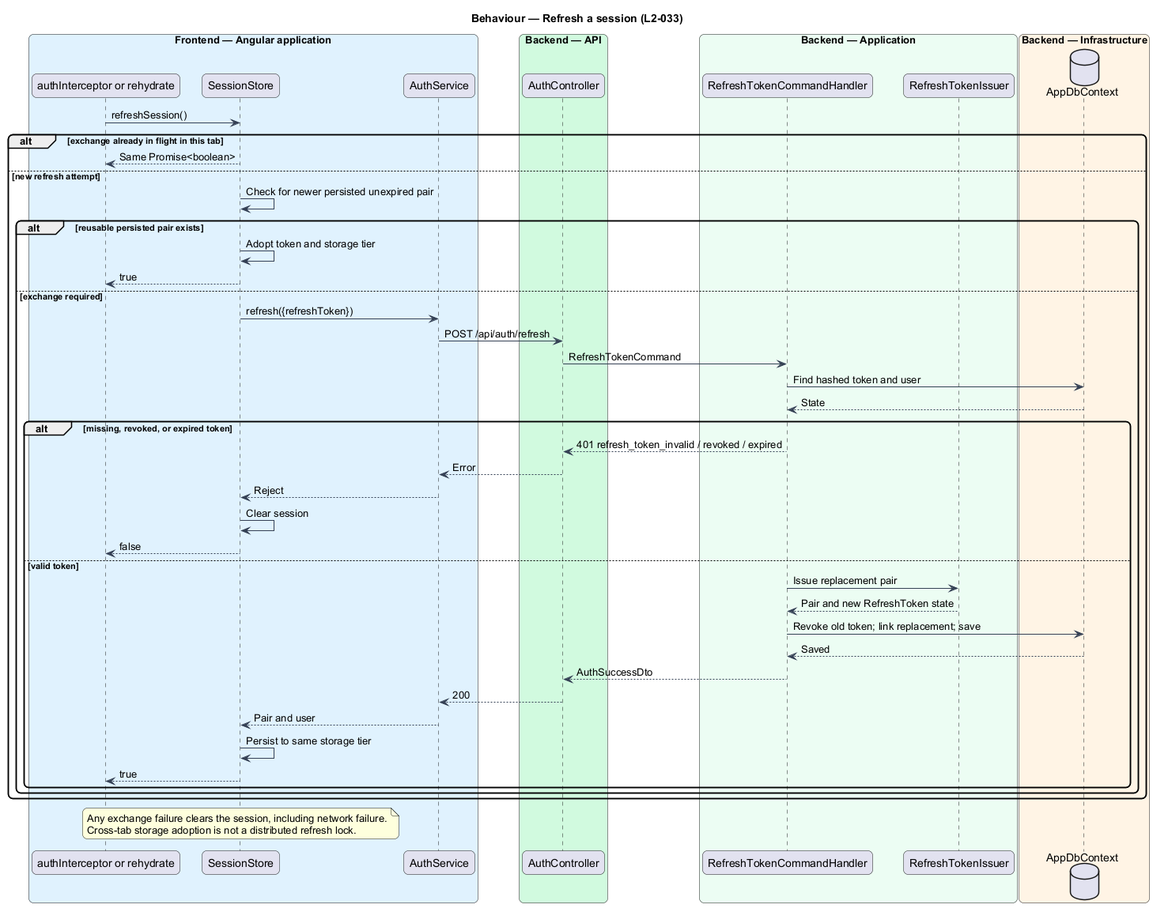
This is docs/detailed-designs/identity-and-access/sign-in-and-maintain-session/diagrams/sequence-refresh.png from QuinntyneBrown/saturdaze, a PlantUML export, as it was before one commit.
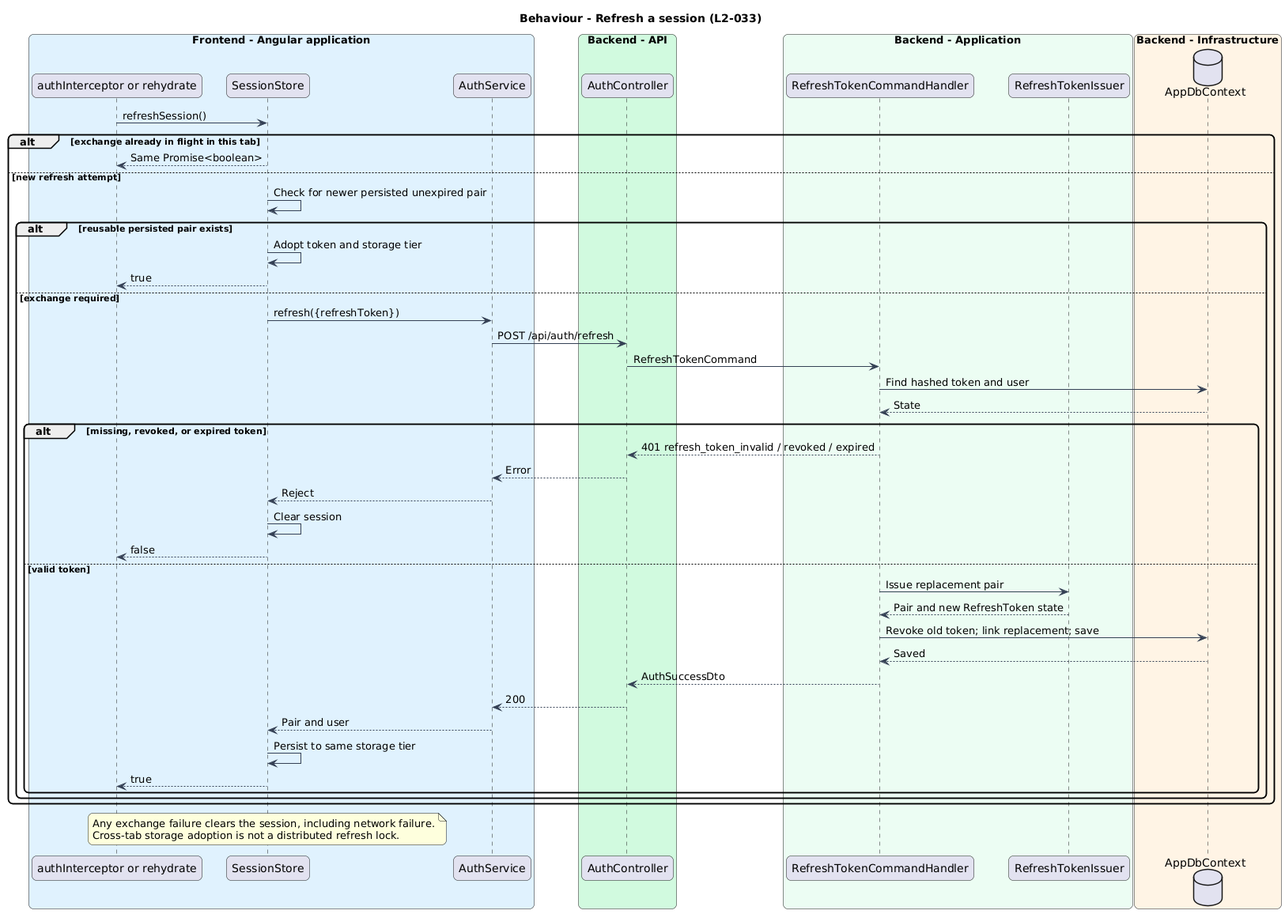
The same diagram one commit later.

What changed in the source:
```diff
@@ -5,20 +5,20 @@
 skinparam defaultFontName Arial
 skinparam ArrowColor #344054
 
-title Behaviour — Refresh a session (L2-033)
-box "Frontend — Angular application" #E0F2FE
+title Behaviour - Refresh a session (L2-033)
+box "Frontend - Angular application" #E0F2FE
  participant "authInterceptor or rehydrate" as caller
  participant SessionStore as store
  participant AuthService as client
 end box
-box "Backend — API" #D1FADF
+box "Backend - API" #D1FADF
  participant AuthController as controller
 end box
-box "Backend — Application" #ECFDF3
+box "Backend - Application" #ECFDF3
  participant RefreshTokenCommandHandler as handler
  participant RefreshTokenIssuer as issuer
 end box
-box "Backend — Infrastructure" #FFF4E5
+box "Backend - Infrastructure" #FFF4E5
  database AppDbContext as db
 end box
 caller -> store : refreshSession()
```
